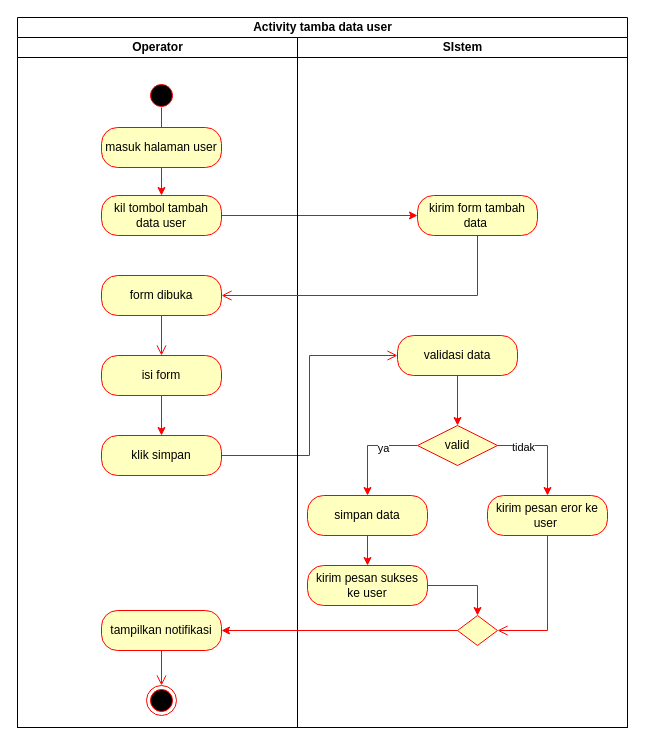
This is activity diagram tambah data user.drawio from zzarr/Tugas-Akhir, a draw.io file, before an edit. Source tidied: cells renumbered, new cells numbered last; positions are measured from the earlier drawing's top-left corner, leaving out a move shared by most shapes. Both pictures are drawn from the tidied source at 100%, with x=0, y=0 at pixel (17, 17).
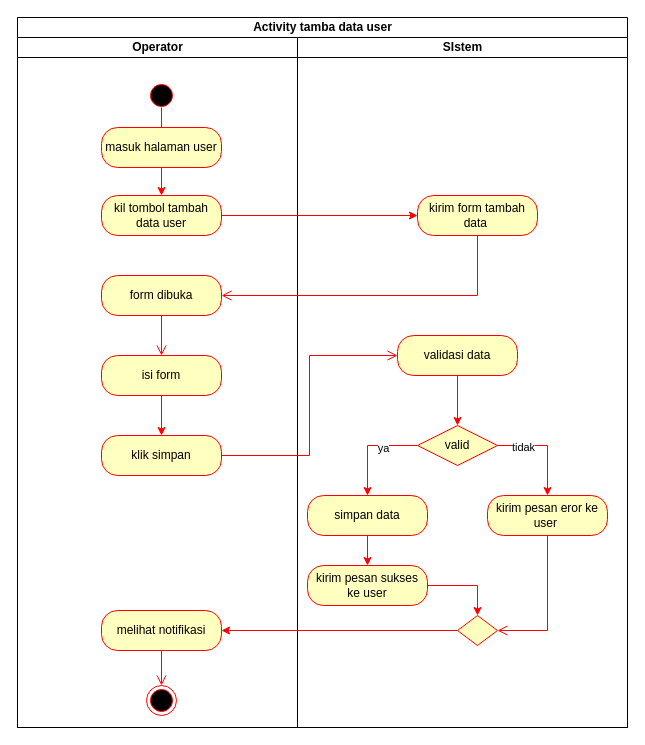
The same diagram, later.

Unchanged cells that the change refers to:
```xml
<mxCell id="3" value="Operator" style="swimlane;startSize=20;html=1;" parent="2" vertex="1">
  <mxGeometry y="20" width="280" height="690" as="geometry" />
</mxCell>
```

Change to the diagram source:
```diff
@@
-    <mxCell id="13" value="tampilkan notifikasi" style="rounded=1;whiteSpace=wrap;html=1;arcSize=40;fontColor=#000000;fillColor=#ffffc0;strokeColor=#ff0000;" parent="3" vertex="1">
+    <mxCell id="13" value="melihat notifikasi" style="rounded=1;whiteSpace=wrap;html=1;arcSize=40;fontColor=#000000;fillColor=#ffffc0;strokeColor=#ff0000;" parent="3" vertex="1">
       <mxGeometry x="84" y="573" width="120" height="40" as="geometry" />
     </mxCell>
```
